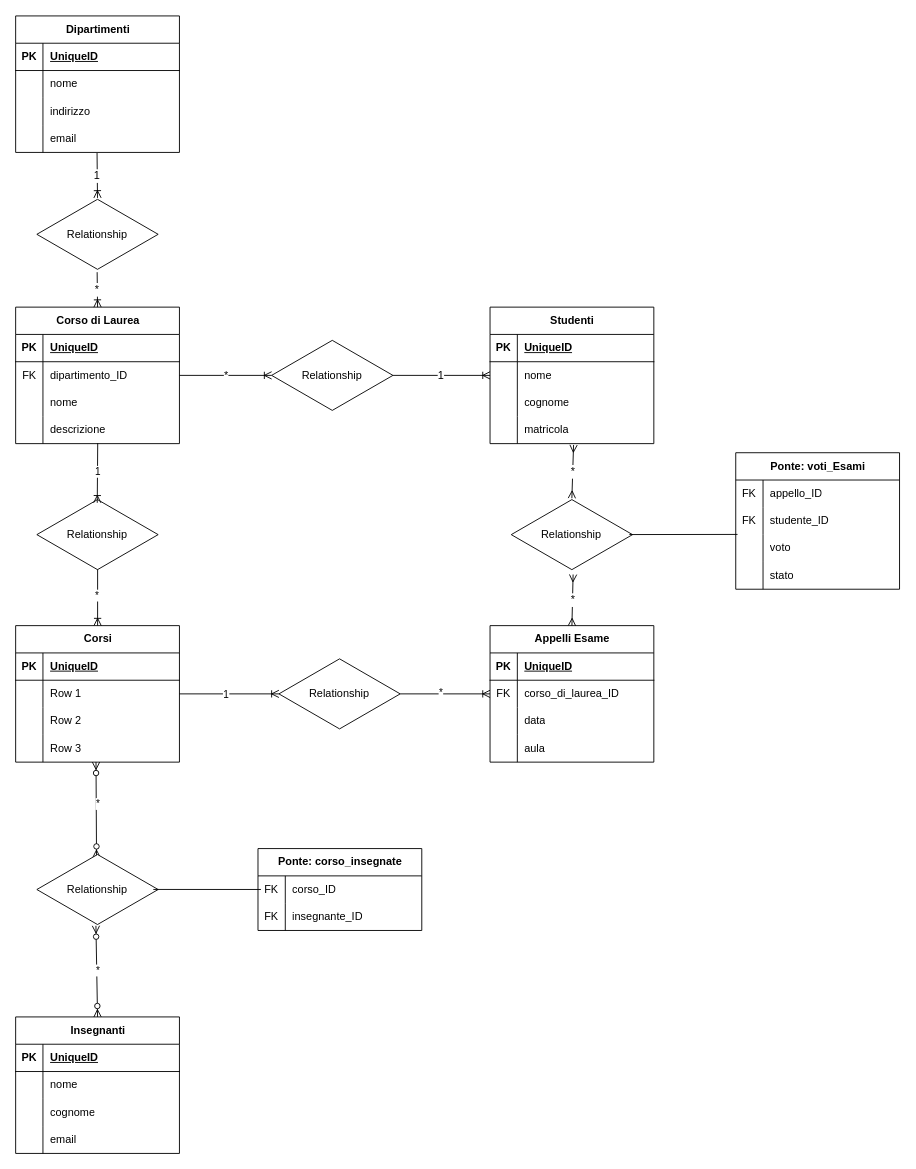
Above: schema.drawio in angeloren92/db-university (draw.io), before the change. Source tidied: cells renumbered, new cells numbered last; positions are measured from the earlier drawing's top-left corner, leaving out a move shared by most shapes. Both pictures are drawn from the tidied source at 91%, with x=0, y=0 at pixel (15, 15).
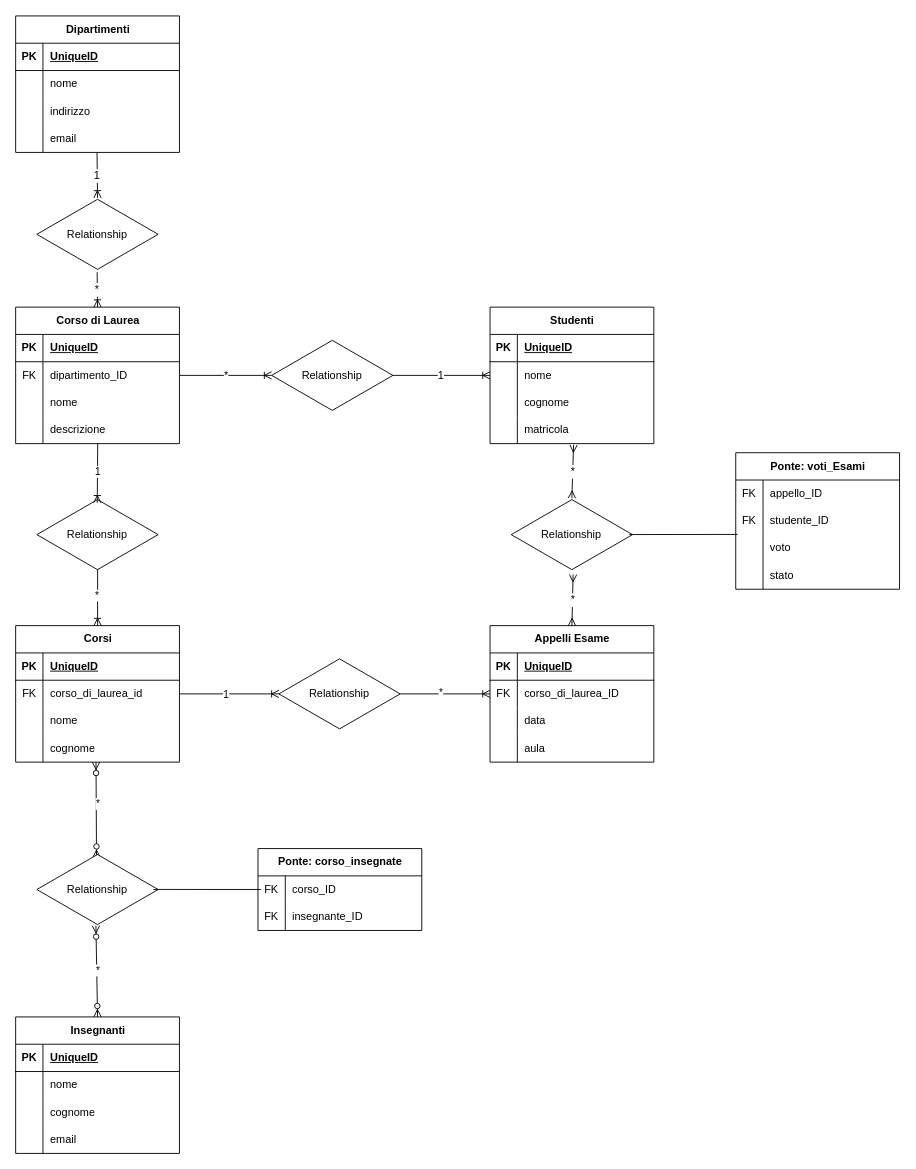
The same diagram, later.

Commit message:
adj table

The change refers to these unchanged cells:
```xml
<mxCell id="32" style="shape=tableRow;horizontal=0;startSize=0;swimlaneHead=0;swimlaneBody=0;fillColor=none;points=[[0,0.5],[1,0.5]];portConstraint=eastwest;top=0;left=0;right=0;bottom=0;" parent="28" vertex="1">
  <mxGeometry y="60" width="180" height="30" as="geometry" />
</mxCell>
<mxCell id="35" style="shape=tableRow;horizontal=0;startSize=0;swimlaneHead=0;swimlaneBody=0;fillColor=none;top=0;left=0;right=0;bottom=0;" parent="28" vertex="1">
  <mxGeometry y="90" width="180" height="30" as="geometry" />
</mxCell>
<mxCell id="38" style="shape=tableRow;horizontal=0;startSize=0;swimlaneHead=0;swimlaneBody=0;fillColor=none;top=0;left=0;right=0;bottom=0;" parent="28" vertex="1">
  <mxGeometry y="120" width="180" height="30" as="geometry" />
</mxCell>
```

The edit, as a diff of the source:
```diff
@@
-    <mxCell id="33" style="shape=partialRectangle;fillColor=none;top=0;left=0;bottom=0;right=0;overflow=hidden;whiteSpace=wrap;html=1;" parent="32" vertex="1">
+    <mxCell id="33" value="FK" style="shape=partialRectangle;fillColor=none;top=0;left=0;bottom=0;right=0;overflow=hidden;whiteSpace=wrap;html=1;" parent="32" vertex="1">
       <mxGeometry width="30" height="30" as="geometry" />
     </mxCell>
-    <mxCell id="34" value="Row 1" style="shape=partialRectangle;fillColor=none;top=0;left=0;bottom=0;right=0;align=left;spacingLeft=6;overflow=hidden;whiteSpace=wrap;html=1;" parent="32" vertex="1">
+    <mxCell id="34" value="corso_di_laurea_id" style="shape=partialRectangle;fillColor=none;top=0;left=0;bottom=0;right=0;align=left;spacingLeft=6;overflow=hidden;whiteSpace=wrap;html=1;" parent="32" vertex="1">
       <mxGeometry x="30" width="150" height="30" as="geometry" />
     </mxCell>
@@
-    <mxCell id="37" value="Row 2" style="shape=partialRectangle;fillColor=none;top=0;left=0;bottom=0;right=0;align=left;spacingLeft=6;overflow=hidden;whiteSpace=wrap;html=1;" parent="35" vertex="1">
+    <mxCell id="37" value="nome" style="shape=partialRectangle;fillColor=none;top=0;left=0;bottom=0;right=0;align=left;spacingLeft=6;overflow=hidden;whiteSpace=wrap;html=1;" parent="35" vertex="1">
       <mxGeometry x="30" width="150" height="30" as="geometry" />
     </mxCell>
@@
-    <mxCell id="40" value="Row 3" style="shape=partialRectangle;fillColor=none;top=0;left=0;bottom=0;right=0;align=left;spacingLeft=6;overflow=hidden;whiteSpace=wrap;html=1;" parent="38" vertex="1">
+    <mxCell id="40" value="cognome" style="shape=partialRectangle;fillColor=none;top=0;left=0;bottom=0;right=0;align=left;spacingLeft=6;overflow=hidden;whiteSpace=wrap;html=1;" parent="38" vertex="1">
       <mxGeometry x="30" width="150" height="30" as="geometry" />
     </mxCell>
```
